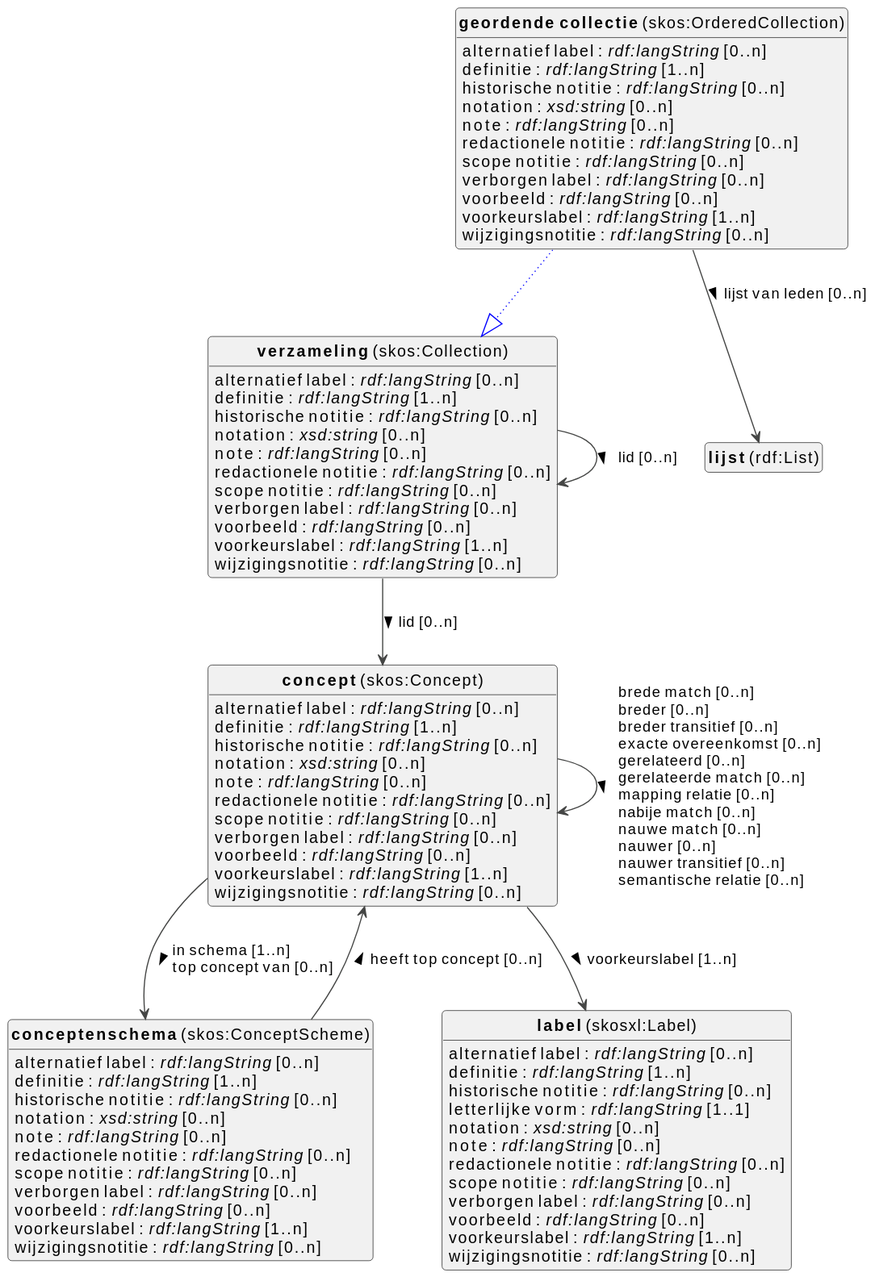
Earlier version of the PlantUML export docs/metadata/knowledge-graph/0.0.1/terms/nl/terms-diagram.svg (viaacode/documentation-jekyll).
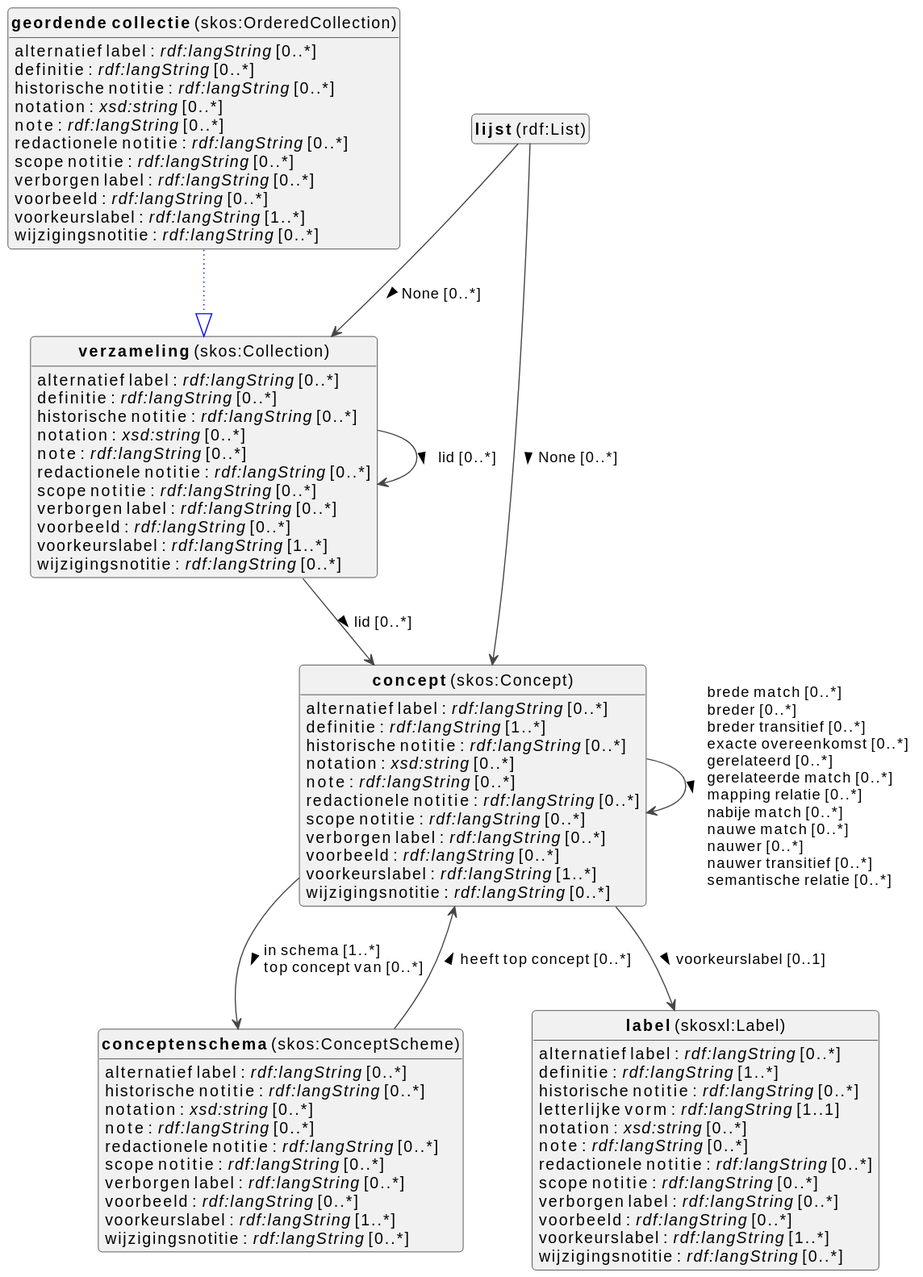
Above is the later version.

Change to the diagram source:
```diff
@@ -19,89 +19,89 @@
 class "<b>verzameling</b> (skos:Collection)" as skos_Collection [[#skos%3ACollection]]
 
 
-skos_Concept : alternatief label : <i>rdf:langString</i> [0..n]
-skos_Concept : definitie : <i>rdf:langString</i> [1..n]
-skos_Concept : historische notitie : <i>rdf:langString</i> [0..n]
-skos_Concept : notation : <i>xsd:string</i> [0..n]
-skos_Concept : note : <i>rdf:langString</i> [0..n]
-skos_Concept : redactionele notitie : <i>rdf:langString</i> [0..n]
-skos_Concept : scope notitie : <i>rdf:langString</i> [0..n]
-skos_Concept : verborgen label : <i>rdf:langString</i> [0..n]
-skos_Concept : voorbeeld : <i>rdf:langString</i> [0..n]
-skos_Concept : voorkeurslabel : <i>rdf:langString</i> [1..n]
-skos_Concept : wijzigingsnotitie : <i>rdf:langString</i> [0..n]
+skos_Concept : alternatief label : <i>rdf:langString</i> [0..*]
+skos_Concept : definitie : <i>rdf:langString</i> [1..*]
+skos_Concept : historische notitie : <i>rdf:langString</i> [0..*]
+skos_Concept : notation : <i>xsd:string</i> [0..*]
+skos_Concept : note : <i>rdf:langString</i> [0..*]
+skos_Concept : redactionele notitie : <i>rdf:langString</i> [0..*]
+skos_Concept : scope notitie : <i>rdf:langString</i> [0..*]
+skos_Concept : verborgen label : <i>rdf:langString</i> [0..*]
+skos_Concept : voorbeeld : <i>rdf:langString</i> [0..*]
+skos_Concept : voorkeurslabel : <i>rdf:langString</i> [1..*]
+skos_Concept : wijzigingsnotitie : <i>rdf:langString</i> [0..*]
 
-skos_Concept --> skos_Concept :brede match [0..n]  \lbreder [0..n]  \lbreder transitief [0..n]  \lexacte overeenkomst [0..n]  \lgerelateerd [0..n]  \lgerelateerde match [0..n]  \lmapping relatie [0..n]  \lnabije match [0..n]  \lnauwe match [0..n]  \lnauwer [0..n]  \lnauwer transitief [0..n]  \lsemantische relatie [0..n]  >
-skos_Concept --> skos_ConceptScheme :in schema [1..n]  \ltop concept van [0..n]  >
-skos_Concept --> skosxl_Label :voorkeurslabel [1..n]  >
+skos_Concept --> skos_Concept :brede match [0..*]  \lbreder [0..*]  \lbreder transitief [0..*]  \lexacte overeenkomst [0..*]  \lgerelateerd [0..*]  \lgerelateerde match [0..*]  \lmapping relatie [0..*]  \lnabije match [0..*]  \lnauwe match [0..*]  \lnauwer [0..*]  \lnauwer transitief [0..*]  \lsemantische relatie [0..*]  >
+skos_Concept --> skos_ConceptScheme :in schema [1..*]  \ltop concept van [0..*]  >
+skos_Concept --> skosxl_Label :voorkeurslabel [0..1]  >
 
 
 
-skos_ConceptScheme : alternatief label : <i>rdf:langString</i> [0..n]
-skos_ConceptScheme : definitie : <i>rdf:langString</i> [1..n]
-skos_ConceptScheme : historische notitie : <i>rdf:langString</i> [0..n]
-skos_ConceptScheme : notation : <i>xsd:string</i> [0..n]
-skos_ConceptScheme : note : <i>rdf:langString</i> [0..n]
-skos_ConceptScheme : redactionele notitie : <i>rdf:langString</i> [0..n]
-skos_ConceptScheme : scope notitie : <i>rdf:langString</i> [0..n]
-skos_ConceptScheme : verborgen label : <i>rdf:langString</i> [0..n]
-skos_ConceptScheme : voorbeeld : <i>rdf:langString</i> [0..n]
-skos_ConceptScheme : voorkeurslabel : <i>rdf:langString</i> [1..n]
-skos_ConceptScheme : wijzigingsnotitie : <i>rdf:langString</i> [0..n]
+skos_ConceptScheme : alternatief label : <i>rdf:langString</i> [0..*]
+skos_ConceptScheme : historische notitie : <i>rdf:langString</i> [0..*]
+skos_ConceptScheme : notation : <i>xsd:string</i> [0..*]
+skos_ConceptScheme : note : <i>rdf:langString</i> [0..*]
+skos_ConceptScheme : redactionele notitie : <i>rdf:langString</i> [0..*]
+skos_ConceptScheme : scope notitie : <i>rdf:langString</i> [0..*]
+skos_ConceptScheme : verborgen label : <i>rdf:langString</i> [0..*]
+skos_ConceptScheme : voorbeeld : <i>rdf:langString</i> [0..*]
+skos_ConceptScheme : voorkeurslabel : <i>rdf:langString</i> [1..*]
+skos_ConceptScheme : wijzigingsnotitie : <i>rdf:langString</i> [0..*]
 
-skos_ConceptScheme --> skos_Concept :heeft top concept [0..n]  >
+skos_ConceptScheme --> skos_Concept :heeft top concept [0..*]  >
 
 
 skos_OrderedCollection --|> skos_Collection #blue;line.dotted;text:blue
 
-skos_OrderedCollection : alternatief label : <i>rdf:langString</i> [0..n]
-skos_OrderedCollection : definitie : <i>rdf:langString</i> [1..n]
-skos_OrderedCollection : historische notitie : <i>rdf:langString</i> [0..n]
-skos_OrderedCollection : notation : <i>xsd:string</i> [0..n]
-skos_OrderedCollection : note : <i>rdf:langString</i> [0..n]
-skos_OrderedCollection : redactionele notitie : <i>rdf:langString</i> [0..n]
-skos_OrderedCollection : scope notitie : <i>rdf:langString</i> [0..n]
-skos_OrderedCollection : verborgen label : <i>rdf:langString</i> [0..n]
-skos_OrderedCollection : voorbeeld : <i>rdf:langString</i> [0..n]
-skos_OrderedCollection : voorkeurslabel : <i>rdf:langString</i> [1..n]
-skos_OrderedCollection : wijzigingsnotitie : <i>rdf:langString</i> [0..n]
-skos_OrderedCollection --> rdf_List :lijst van leden [0..n]  >
+skos_OrderedCollection : alternatief label : <i>rdf:langString</i> [0..*]
+skos_OrderedCollection : definitie : <i>rdf:langString</i> [0..*]
+skos_OrderedCollection : historische notitie : <i>rdf:langString</i> [0..*]
+skos_OrderedCollection : notation : <i>xsd:string</i> [0..*]
+skos_OrderedCollection : note : <i>rdf:langString</i> [0..*]
+skos_OrderedCollection : redactionele notitie : <i>rdf:langString</i> [0..*]
+skos_OrderedCollection : scope notitie : <i>rdf:langString</i> [0..*]
+skos_OrderedCollection : verborgen label : <i>rdf:langString</i> [0..*]
+skos_OrderedCollection : voorbeeld : <i>rdf:langString</i> [0..*]
+skos_OrderedCollection : voorkeurslabel : <i>rdf:langString</i> [1..*]
+skos_OrderedCollection : wijzigingsnotitie : <i>rdf:langString</i> [0..*]
 
 
 
 
-skosxl_Label : alternatief label : <i>rdf:langString</i> [0..n]
-skosxl_Label : definitie : <i>rdf:langString</i> [1..n]
-skosxl_Label : historische notitie : <i>rdf:langString</i> [0..n]
+skosxl_Label : alternatief label : <i>rdf:langString</i> [0..*]
+skosxl_Label : definitie : <i>rdf:langString</i> [1..*]
+skosxl_Label : historische notitie : <i>rdf:langString</i> [0..*]
 skosxl_Label : letterlijke vorm : <i>rdf:langString</i> [1..1]
-skosxl_Label : notation : <i>xsd:string</i> [0..n]
-skosxl_Label : note : <i>rdf:langString</i> [0..n]
-skosxl_Label : redactionele notitie : <i>rdf:langString</i> [0..n]
-skosxl_Label : scope notitie : <i>rdf:langString</i> [0..n]
-skosxl_Label : verborgen label : <i>rdf:langString</i> [0..n]
-skosxl_Label : voorbeeld : <i>rdf:langString</i> [0..n]
-skosxl_Label : voorkeurslabel : <i>rdf:langString</i> [1..n]
-skosxl_Label : wijzigingsnotitie : <i>rdf:langString</i> [0..n]
+skosxl_Label : notation : <i>xsd:string</i> [0..*]
+skosxl_Label : note : <i>rdf:langString</i> [0..*]
+skosxl_Label : redactionele notitie : <i>rdf:langString</i> [0..*]
+skosxl_Label : scope notitie : <i>rdf:langString</i> [0..*]
+skosxl_Label : verborgen label : <i>rdf:langString</i> [0..*]
+skosxl_Label : voorbeeld : <i>rdf:langString</i> [0..*]
+skosxl_Label : voorkeurslabel : <i>rdf:langString</i> [1..*]
+skosxl_Label : wijzigingsnotitie : <i>rdf:langString</i> [0..*]
 
 
 
 
+rdf_List --> skos_Collection :None [0..*]  >
+rdf_List --> skos_Concept :None [0..*]  >
 
 
-skos_Collection : alternatief label : <i>rdf:langString</i> [0..n]
-skos_Collection : definitie : <i>rdf:langString</i> [1..n]
-skos_Collection : historische notitie : <i>rdf:langString</i> [0..n]
-skos_Collection : notation : <i>xsd:string</i> [0..n]
-skos_Collection : note : <i>rdf:langString</i> [0..n]
-skos_Collection : redactionele notitie : <i>rdf:langString</i> [0..n]
-skos_Collection : scope notitie : <i>rdf:langString</i> [0..n]
-skos_Collection : verborgen label : <i>rdf:langString</i> [0..n]
-skos_Collection : voorbeeld : <i>rdf:langString</i> [0..n]
-skos_Collection : voorkeurslabel : <i>rdf:langString</i> [1..n]
-skos_Collection : wijzigingsnotitie : <i>rdf:langString</i> [0..n]
+skos_Collection : alternatief label : <i>rdf:langString</i> [0..*]
+skos_Collection : definitie : <i>rdf:langString</i> [0..*]
+skos_Collection : historische notitie : <i>rdf:langString</i> [0..*]
+skos_Collection : notation : <i>xsd:string</i> [0..*]
+skos_Collection : note : <i>rdf:langString</i> [0..*]
+skos_Collection : redactionele notitie : <i>rdf:langString</i> [0..*]
+skos_Collection : scope notitie : <i>rdf:langString</i> [0..*]
+skos_Collection : verborgen label : <i>rdf:langString</i> [0..*]
+skos_Collection : voorbeeld : <i>rdf:langString</i> [0..*]
+skos_Collection : voorkeurslabel : <i>rdf:langString</i> [1..*]
+skos_Collection : wijzigingsnotitie : <i>rdf:langString</i> [0..*]
 
-skos_Collection --> skos_Collection :lid [0..n]  >
-skos_Collection --> skos_Concept :lid [0..n]  >
+skos_Collection --> skos_Collection :lid [0..*]  >
+skos_Collection --> skos_Concept :lid [0..*]  >
 
 
 
```
